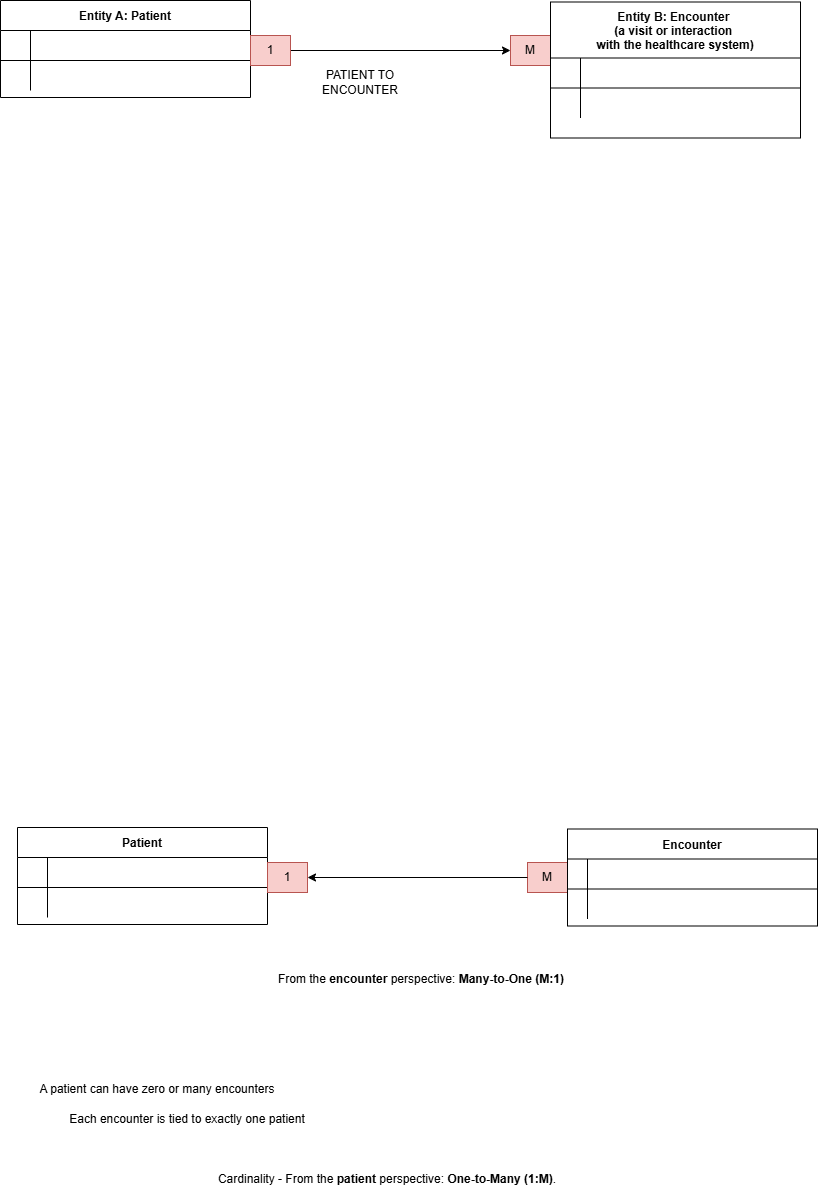
This is Patient Encounter Provider ER .drawio.png from tonilondon/sql-stork-caboodle, a draw.io export, as it was before one commit. Source tidied: cells renumbered, new cells last; positions are measured from the earlier drawing's top-left corner, leaving out a move shared by most shapes.
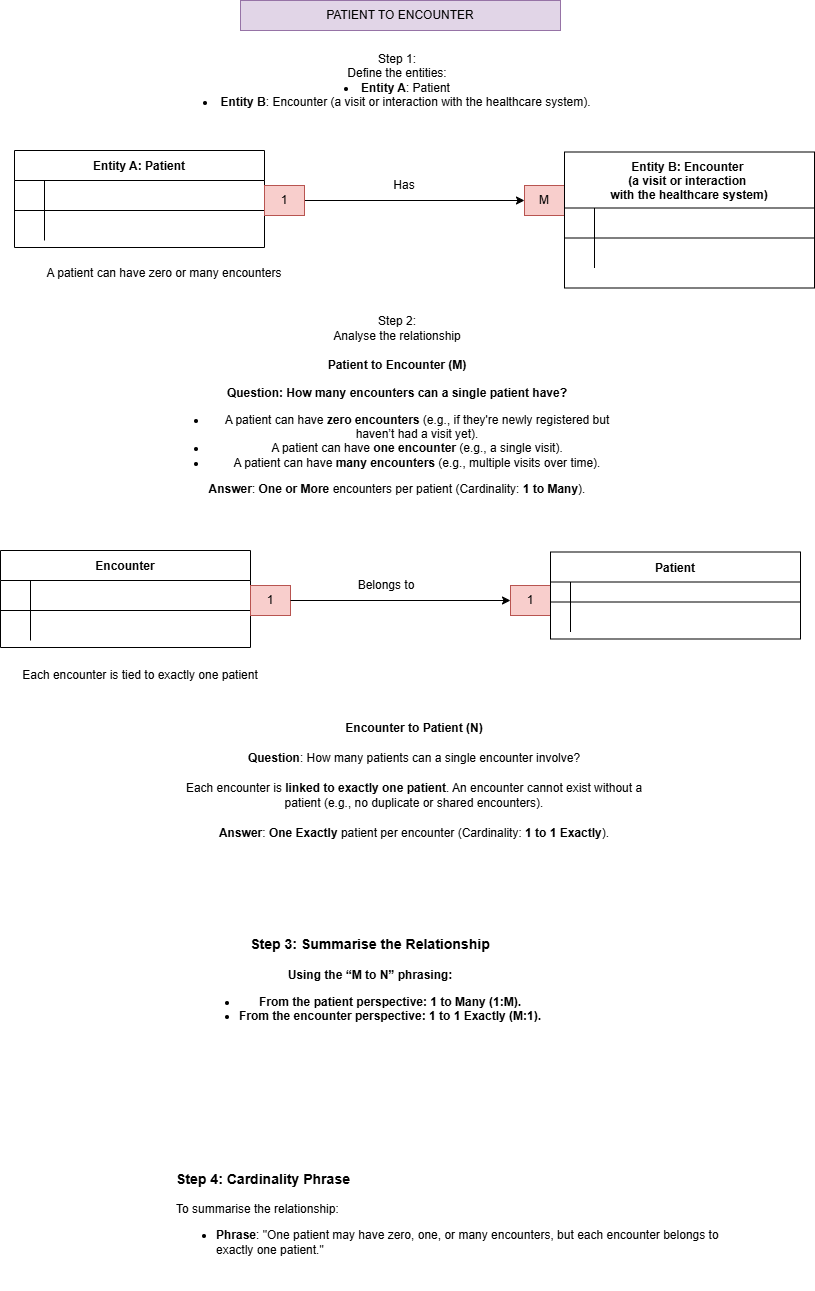
Later version of the same file.

What changed in the source:
```diff
@@ -3,7 +3,7 @@
     <mxCell id="0" />
     <mxCell id="1" parent="0" />
     <mxCell id="2" value="Entity A: Patient" style="shape=table;startSize=30;rowLines=0;fontStyle=1;align=center;" parent="1" vertex="1">
-      <mxGeometry width="250" height="97" as="geometry" />
+      <mxGeometry x="4" y="157" width="250" height="97" as="geometry" />
     </mxCell>
     <mxCell id="3" style="shape=partialRectangle;fillColor=none;top=0;left=0;right=0;bottom=1;" parent="2" vertex="1">
       <mxGeometry y="30" width="250" height="30" as="geometry" />
@@ -27,13 +27,13 @@
       <mxGeometry relative="1" as="geometry" />
     </mxCell>
     <mxCell id="10" value="1" style="text;strokeColor=#b85450;align=center;fillColor=#f8cecc;html=1;verticalAlign=middle;whiteSpace=wrap;rounded=0;" parent="1" vertex="1">
-      <mxGeometry x="250" y="35" width="40" height="30" as="geometry" />
+      <mxGeometry x="254" y="192" width="40" height="30" as="geometry" />
     </mxCell>
     <mxCell id="11" value="M" style="text;strokeColor=#b85450;align=center;fillColor=#f8cecc;html=1;verticalAlign=middle;whiteSpace=wrap;rounded=0;" parent="1" vertex="1">
-      <mxGeometry x="510" y="35" width="40" height="30" as="geometry" />
+      <mxGeometry x="514" y="192" width="40" height="30" as="geometry" />
     </mxCell>
     <mxCell id="12" value="Entity B: Encounter &#10;(a visit or interaction &#10;with the healthcare system)" style="shape=table;startSize=56;rowLines=0;fontStyle=1;align=center;" parent="1" vertex="1">
-      <mxGeometry x="550" y="1.5" width="250" height="136" as="geometry" />
+      <mxGeometry x="554" y="158.5" width="250" height="136" as="geometry" />
     </mxCell>
     <mxCell id="13" style="shape=partialRectangle;fillColor=none;top=0;left=0;right=0;bottom=1;" parent="12" vertex="1">
       <mxGeometry y="56" width="250" height="30" as="geometry" />
@@ -53,8 +53,8 @@
     <mxCell id="18" style="shape=partialRectangle;overflow=hidden;fillColor=none;top=0;left=0;bottom=0;right=0;align=left;spacingLeft=6;" parent="16" vertex="1">
       <mxGeometry x="30" width="220" height="30" as="geometry" />
     </mxCell>
-    <mxCell id="19" value="Patient" style="shape=table;startSize=30;rowLines=0;fontStyle=1;align=center;" parent="1" vertex="1">
-      <mxGeometry x="17" y="827" width="250" height="97" as="geometry" />
+    <mxCell id="19" value="Encounter" style="shape=table;startSize=30;rowLines=0;fontStyle=1;align=center;" parent="1" vertex="1">
+      <mxGeometry x="-10" y="557" width="250" height="97" as="geometry" />
     </mxCell>
     <mxCell id="20" style="shape=partialRectangle;fillColor=none;top=0;left=0;right=0;bottom=1;" parent="19" vertex="1">
       <mxGeometry y="30" width="250" height="30" as="geometry" />
@@ -75,25 +75,25 @@
       <mxGeometry x="30" width="220" height="30" as="geometry" />
     </mxCell>
     <mxCell id="26" value="1" style="text;strokeColor=#b85450;align=center;fillColor=#f8cecc;html=1;verticalAlign=middle;whiteSpace=wrap;rounded=0;" parent="1" vertex="1">
-      <mxGeometry x="267" y="862" width="40" height="30" as="geometry" />
+      <mxGeometry x="240" y="592" width="40" height="30" as="geometry" />
     </mxCell>
-    <mxCell id="27" value="M" style="text;strokeColor=#b85450;align=center;fillColor=#f8cecc;html=1;verticalAlign=middle;whiteSpace=wrap;rounded=0;" parent="1" vertex="1">
-      <mxGeometry x="527" y="862" width="40" height="30" as="geometry" />
+    <mxCell id="27" value="1" style="text;strokeColor=#b85450;align=center;fillColor=#f8cecc;html=1;verticalAlign=middle;whiteSpace=wrap;rounded=0;" parent="1" vertex="1">
+      <mxGeometry x="500" y="592" width="40" height="30" as="geometry" />
     </mxCell>
-    <mxCell id="28" value="Encounter" style="shape=table;startSize=30;rowLines=0;fontStyle=1;align=center;" parent="1" vertex="1">
-      <mxGeometry x="567" y="828.5" width="250" height="97" as="geometry" />
+    <mxCell id="28" value="Patient" style="shape=table;startSize=30;rowLines=0;fontStyle=1;align=center;" parent="1" vertex="1">
+      <mxGeometry x="540" y="558.5" width="250" height="87" as="geometry" />
     </mxCell>
     <mxCell id="29" style="shape=partialRectangle;fillColor=none;top=0;left=0;right=0;bottom=1;" parent="28" vertex="1">
-      <mxGeometry y="30" width="250" height="30" as="geometry" />
+      <mxGeometry y="30" width="250" height="20" as="geometry" />
     </mxCell>
     <mxCell id="30" style="shape=partialRectangle;overflow=hidden;fillColor=none;top=0;left=0;bottom=0;right=0;fontStyle=1;" parent="29" vertex="1">
-      <mxGeometry width="20" height="30" as="geometry" />
+      <mxGeometry width="20" height="20" as="geometry" />
     </mxCell>
     <mxCell id="31" style="shape=partialRectangle;overflow=hidden;fillColor=none;top=0;left=0;bottom=0;right=0;align=left;spacingLeft=6;fontStyle=5;" parent="29" vertex="1">
-      <mxGeometry x="20" width="230" height="30" as="geometry" />
+      <mxGeometry x="20" width="230" height="20" as="geometry" />
     </mxCell>
     <mxCell id="32" style="shape=partialRectangle;fillColor=none;top=0;left=0;right=0;bottom=0;" parent="28" vertex="1">
-      <mxGeometry y="60" width="250" height="30" as="geometry" />
+      <mxGeometry y="50" width="250" height="30" as="geometry" />
     </mxCell>
     <mxCell id="33" style="shape=partialRectangle;overflow=hidden;fillColor=none;top=0;left=0;bottom=0;right=0;" parent="32" vertex="1">
       <mxGeometry width="20" height="30" as="geometry" />
@@ -101,23 +101,38 @@
     <mxCell id="34" style="shape=partialRectangle;overflow=hidden;fillColor=none;top=0;left=0;bottom=0;right=0;align=left;spacingLeft=6;" parent="32" vertex="1">
       <mxGeometry x="20" width="230" height="30" as="geometry" />
     </mxCell>
-    <mxCell id="35" style="endArrow=classic;html=1;rounded=0;entryX=1;entryY=0.5;entryDx=0;entryDy=0;exitX=0;exitY=0.5;exitDx=0;exitDy=0;" parent="1" edge="1" source="27" target="26">
+    <mxCell id="35" style="endArrow=classic;html=1;rounded=0;entryX=0;entryY=0.5;entryDx=0;entryDy=0;exitX=1;exitY=0.5;exitDx=0;exitDy=0;" parent="1" edge="1" source="26" target="27">
       <mxGeometry relative="1" as="geometry" />
     </mxCell>
+    <mxCell id="40" value="PATIENT TO ENCOUNTER" style="text;strokeColor=#9673a6;align=center;fillColor=#e1d5e7;html=1;verticalAlign=middle;whiteSpace=wrap;rounded=0;" parent="1" vertex="1">
+      <mxGeometry x="230" y="7" width="320" height="30" as="geometry" />
+    </mxCell>
+    <mxCell id="41" value="Step 1:&lt;div&gt;Define the entities:&lt;div&gt;&lt;li&gt;&lt;strong&gt;Entity A&lt;/strong&gt;: Patient&lt;/li&gt;&lt;li&gt;&lt;strong&gt;Entity B&lt;/strong&gt;: Encounter (a visit or interaction with the healthcare system).&lt;/li&gt;&lt;/div&gt;&lt;/div&gt;" style="text;strokeColor=none;align=center;fillColor=none;html=1;verticalAlign=middle;whiteSpace=wrap;rounded=0;" parent="1" vertex="1">
+      <mxGeometry x="157" y="47" width="460" height="80" as="geometry" />
+    </mxCell>
+    <mxCell id="42" value="Step 2:&lt;div&gt;Analyse the relationship&lt;/div&gt;&lt;div&gt;&lt;br&gt;&lt;/div&gt;&lt;div&gt;&lt;b&gt;Patient to Encounter (M)&lt;/b&gt;&lt;/div&gt;&lt;div&gt;&lt;br&gt;&lt;/div&gt;&lt;div&gt;&lt;b&gt;Question: How many encounters can a single patient have?&lt;/b&gt;&lt;ul&gt;&lt;li&gt;A patient can have &lt;strong&gt;zero encounters&lt;/strong&gt; (e.g., if they're newly registered but haven’t had a visit yet).&lt;/li&gt;&lt;li&gt;A patient can have &lt;strong&gt;one encounter&lt;/strong&gt; (e.g., a single visit).&lt;/li&gt;&lt;li&gt;A patient can have &lt;strong&gt;many encounters&lt;/strong&gt; (e.g., multiple visits over time).&lt;/li&gt;&lt;/ul&gt;&lt;div&gt;&lt;strong&gt;Answer&lt;/strong&gt;: &lt;strong&gt;One or More&lt;/strong&gt; encounters per patient (Cardinality: &lt;strong&gt;1 to Many&lt;/strong&gt;).&lt;/div&gt;&lt;/div&gt;" style="text;strokeColor=none;align=center;fillColor=none;html=1;verticalAlign=middle;whiteSpace=wrap;rounded=0;" parent="1" vertex="1">
+      <mxGeometry x="157" y="317" width="460" height="190" as="geometry" />
+    </mxCell>
+    <mxCell id="43" value="&lt;h4&gt;&lt;strong&gt;Encounter to Patient (N)&lt;/strong&gt;&lt;/h4&gt;&lt;h4&gt;&lt;strong style=&quot;background-color: initial;&quot;&gt;Question&lt;/strong&gt;&lt;span style=&quot;background-color: initial; font-weight: normal;&quot;&gt;: How many patients can a single encounter involve?&lt;/span&gt;&lt;/h4&gt;&lt;h4&gt;&lt;span style=&quot;background-color: initial; font-weight: normal;&quot;&gt;Each encounter is &lt;/span&gt;&lt;strong style=&quot;background-color: initial;&quot;&gt;linked to exactly one patient&lt;/strong&gt;&lt;span style=&quot;background-color: initial; font-weight: normal;&quot;&gt;. An encounter cannot exist without a patient (e.g., no duplicate or shared encounters).&lt;/span&gt;&lt;/h4&gt;&lt;h4&gt;&lt;strong style=&quot;background-color: initial;&quot;&gt;Answer&lt;/strong&gt;&lt;span style=&quot;background-color: initial; font-weight: normal;&quot;&gt;: &lt;/span&gt;&lt;strong style=&quot;background-color: initial;&quot;&gt;One Exactly&lt;/strong&gt;&lt;span style=&quot;background-color: initial; font-weight: normal;&quot;&gt; patient per encounter (Cardinality: &lt;/span&gt;&lt;strong style=&quot;background-color: initial;&quot;&gt;1 to 1 Exactly&lt;/strong&gt;&lt;span style=&quot;background-color: initial; font-weight: normal;&quot;&gt;).&lt;/span&gt;&lt;/h4&gt;" style="text;strokeColor=none;align=center;fillColor=none;html=1;verticalAlign=middle;whiteSpace=wrap;rounded=0;" parent="1" vertex="1">
+      <mxGeometry x="174" y="707" width="460" height="160" as="geometry" />
+    </mxCell>
+    <mxCell id="44" value="&lt;h3&gt;&lt;strong&gt;Step 3: Summarise the Relationship&lt;/strong&gt;&lt;/h3&gt;&lt;h4&gt;&lt;p&gt;Using the “M to N” phrasing:&lt;/p&gt;&lt;ul&gt;&lt;li&gt;From the &lt;strong&gt;patient&lt;/strong&gt; perspective: &lt;strong&gt;1 to Many (1:M)&lt;/strong&gt;.&lt;/li&gt;&lt;li&gt;From the &lt;strong&gt;encounter&lt;/strong&gt; perspective: &lt;strong&gt;1 to 1 Exactly (M:1)&lt;/strong&gt;.&lt;/li&gt;&lt;/ul&gt;&lt;/h4&gt;" style="text;strokeColor=none;align=center;fillColor=none;html=1;verticalAlign=middle;whiteSpace=wrap;rounded=0;" parent="1" vertex="1">
+      <mxGeometry x="130" y="907" width="460" height="160" as="geometry" />
+    </mxCell>
+    <mxCell id="45" value="&lt;h3&gt;&lt;strong&gt;Step 4: Cardinality Phrase&lt;/strong&gt;&lt;/h3&gt;&lt;p&gt;To summarise the relationship:&lt;/p&gt;&lt;ul&gt;&lt;li&gt;&lt;strong&gt;Phrase&lt;/strong&gt;: &quot;One patient may have zero, one, or many encounters, but each encounter belongs to exactly one patient.&quot;&lt;/li&gt;&lt;/ul&gt;" style="text;whiteSpace=wrap;html=1;" parent="1" vertex="1">
+      <mxGeometry x="164" y="1157" width="560" height="140" as="geometry" />
+    </mxCell>
+    <mxCell id="46" value="Has" style="text;strokeColor=none;align=center;fillColor=none;html=1;verticalAlign=middle;whiteSpace=wrap;rounded=0;" parent="1" vertex="1">
+      <mxGeometry x="364" y="177" width="60" height="30" as="geometry" />
+    </mxCell>
+    <mxCell id="47" value="Belongs to" style="text;strokeColor=none;align=center;fillColor=none;html=1;verticalAlign=middle;whiteSpace=wrap;rounded=0;" parent="1" vertex="1">
+      <mxGeometry x="346" y="577" width="60" height="30" as="geometry" />
+    </mxCell>
     <mxCell id="36" value="A patient can have zero or many encounters" style="text;strokeColor=none;align=center;fillColor=none;html=1;verticalAlign=middle;whiteSpace=wrap;rounded=0;" parent="1" vertex="1">
-      <mxGeometry x="17" y="1074" width="280" height="30" as="geometry" />
+      <mxGeometry x="14" y="264.5" width="280" height="30" as="geometry" />
     </mxCell>
     <mxCell id="37" value="Each encounter is tied to exactly one patient" style="text;strokeColor=none;align=center;fillColor=none;html=1;verticalAlign=middle;whiteSpace=wrap;rounded=0;" parent="1" vertex="1">
-      <mxGeometry x="47" y="1104" width="280" height="30" as="geometry" />
+      <mxGeometry x="-10" y="667" width="280" height="30" as="geometry" />
     </mxCell>
-    <mxCell id="38" value="Cardinality - From the &lt;strong&gt;patient&lt;/strong&gt; perspective: &lt;strong&gt;One-to-Many (1:M)&lt;/strong&gt;.&lt;span style=&quot;color: rgba(0, 0, 0, 0); font-family: monospace; font-size: 0px; text-align: start; text-wrap-mode: nowrap;&quot;&gt;%3CmxGraphModel%3E%3Croot%3E%3CmxCell%20id%3D%220%22%2F%3E%3CmxCell%20id%3D%221%22%20parent%3D%220%22%2F%3E%3CmxCell%20id%3D%222%22%20value%3D%22Each%20encounter%20is%20tied%20to%20exactly%20one%20patient%22%20style%3D%22text%3BstrokeColor%3Dnone%3Balign%3Dcenter%3BfillColor%3Dnone%3Bhtml%3D1%3BverticalAlign%3Dmiddle%3BwhiteSpace%3Dwrap%3Brounded%3D0%3B%22%20vertex%3D%221%22%20parent%3D%221%22%3E%3CmxGeometry%20x%3D%2210%22%20y%3D%22151.5%22%20width%3D%22280%22%20height%3D%2230%22%20as%3D%22geometry%22%2F%3E%3C%2FmxCell%3E%3C%2Froot%3E%3C%2FmxGraphModel%3E&lt;/span&gt;" style="text;strokeColor=none;align=center;fillColor=none;html=1;verticalAlign=middle;whiteSpace=wrap;rounded=0;" parent="1" vertex="1">
-      <mxGeometry x="177" y="1164" width="420" height="30" as="geometry" />
-    </mxCell>
-    <mxCell id="39" value="From the &lt;strong&gt;encounter&lt;/strong&gt; perspective: &lt;strong&gt;Many-to-One (M:1)&lt;/strong&gt;" style="text;strokeColor=none;align=center;fillColor=none;html=1;verticalAlign=middle;whiteSpace=wrap;rounded=0;" parent="1" vertex="1">
-      <mxGeometry x="211" y="964" width="420" height="30" as="geometry" />
-    </mxCell>
-    <mxCell id="40" value="PATIENT TO ENCOUNTER" style="text;strokeColor=none;align=center;fillColor=none;html=1;verticalAlign=middle;whiteSpace=wrap;rounded=0;" parent="1" vertex="1">
-      <mxGeometry x="330" y="67" width="60" height="30" as="geometry" />
-    </mxCell>
   </root>
 </mxGraphModel>
```
